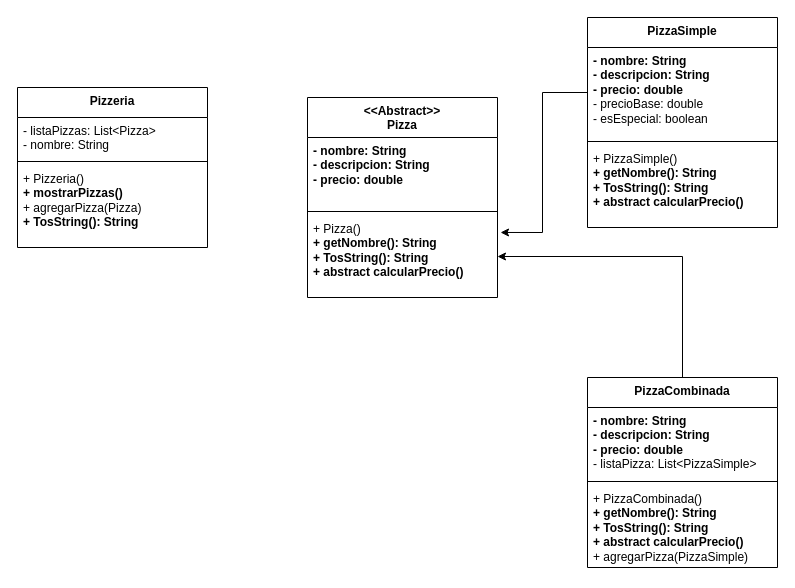
Before: src/diagramas/java-final.drawio in Digital-House-Repos/java-final, a draw.io diagram. Source tidied: cells renumbered, new cells numbered last; positions are measured from the earlier drawing's top-left corner, leaving out a move shared by most shapes. Both pictures are drawn from the tidied source at 100%, with x=0, y=0 at pixel (17, 17).
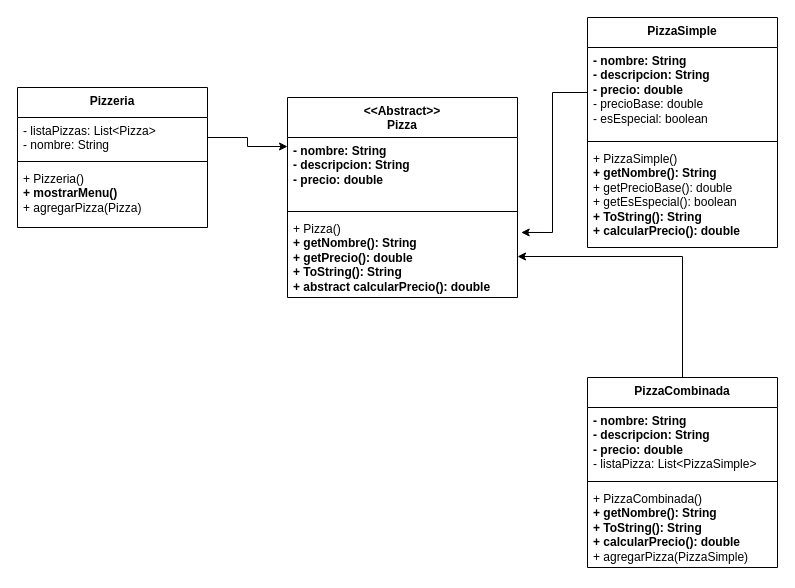
The same page after the edit.

Unchanged cells that the change refers to:
```xml
<mxCell id="10" value="PizzaCombinada" style="swimlane;fontStyle=1;align=center;verticalAlign=top;horizontal=1;startSize=30;whiteSpace=wrap;html=1;" parent="1" vertex="1">
  <mxGeometry x="570" y="360" width="190" height="190" as="geometry" />
</mxCell>
<mxCell id="17" value="- listaPizzas: List&amp;lt;Pizza&amp;gt;&lt;br&gt;- nombre: String" style="text;strokeColor=none;fillColor=none;align=left;verticalAlign=top;spacingLeft=4;spacingRight=4;overflow=hidden;points=[[0,0.5],[1,0.5]];portConstraint=eastwest;whiteSpace=wrap;html=1;" parent="16" vertex="1">
  <mxGeometry y="30" width="190" height="40" as="geometry" />
</mxCell>
```

The edit, as a diff of the source:
```diff
@@
     <mxCell id="2" value="&amp;lt;&amp;lt;Abstract&amp;gt;&amp;gt;&lt;br&gt;Pizza" style="swimlane;fontStyle=1;align=center;verticalAlign=top;horizontal=1;startSize=40;whiteSpace=wrap;html=1;" parent="1" vertex="1">
-      <mxGeometry x="290" y="80" width="190" height="200" as="geometry" />
+      <mxGeometry x="270" y="80" width="230" height="200" as="geometry" />
     </mxCell>
     <mxCell id="3" value="&lt;b&gt;- nombre: String&lt;br&gt;- descripcion: String&lt;br&gt;- precio: double&lt;/b&gt;" style="text;strokeColor=none;fillColor=none;align=left;verticalAlign=top;spacingLeft=4;spacingRight=4;overflow=hidden;points=[[0,0.5],[1,0.5]];portConstraint=eastwest;whiteSpace=wrap;html=1;" parent="2" vertex="1">
-      <mxGeometry y="40" width="190" height="70" as="geometry" />
+      <mxGeometry y="40" width="230" height="70" as="geometry" />
     </mxCell>
     <mxCell id="4" style="line;strokeWidth=1;fillColor=none;align=left;verticalAlign=middle;spacingTop=-1;spacingLeft=3;spacingRight=3;labelPosition=right;strokeColor=inherit;" parent="2" vertex="1">
-      <mxGeometry y="110" width="190" height="8" as="geometry" />
+      <mxGeometry y="110" width="230" height="8" as="geometry" />
     </mxCell>
-    <mxCell id="5" value="+ Pizza()&lt;br&gt;&lt;b&gt;+ getNombre(): String&lt;/b&gt;&lt;br&gt;&lt;b&gt;+ TosString(): String&lt;/b&gt;&lt;br&gt;&lt;b&gt;+ abstract calcularPrecio()&lt;/b&gt;" style="text;strokeColor=none;fillColor=none;align=left;verticalAlign=top;spacingLeft=4;spacingRight=4;overflow=hidden;points=[[0,0.5],[1,0.5]];portConstraint=eastwest;whiteSpace=wrap;html=1;" parent="2" vertex="1">
-      <mxGeometry y="118" width="190" height="82" as="geometry" />
+    <mxCell id="5" value="+ Pizza()&lt;br&gt;&lt;b&gt;+ getNombre(): String&lt;br&gt;+ getPrecio(): double&lt;/b&gt;&lt;br&gt;&lt;b&gt;+ ToString(): String&lt;/b&gt;&lt;br&gt;&lt;b&gt;+ abstract calcularPrecio(): double&lt;/b&gt;" style="text;strokeColor=none;fillColor=none;align=left;verticalAlign=top;spacingLeft=4;spacingRight=4;overflow=hidden;points=[[0,0.5],[1,0.5]];portConstraint=eastwest;whiteSpace=wrap;html=1;" parent="2" vertex="1">
+      <mxGeometry y="118" width="230" height="82" as="geometry" />
     </mxCell>
     <mxCell id="6" value="PizzaSimple" style="swimlane;fontStyle=1;align=center;verticalAlign=top;horizontal=1;startSize=30;whiteSpace=wrap;html=1;" parent="1" vertex="1">
-      <mxGeometry x="570" width="190" height="210" as="geometry" />
+      <mxGeometry x="570" width="190" height="230" as="geometry" />
     </mxCell>
@@
-    <mxCell id="9" value="+ PizzaSimple()&lt;br&gt;&lt;b&gt;+ getNombre(): String&lt;/b&gt;&lt;br&gt;&lt;b&gt;+ TosString(): String&lt;/b&gt;&lt;br&gt;&lt;b&gt;+ abstract calcularPrecio()&lt;/b&gt;" style="text;strokeColor=none;fillColor=none;align=left;verticalAlign=top;spacingLeft=4;spacingRight=4;overflow=hidden;whiteSpace=wrap;html=1;" parent="6" vertex="1">
-      <mxGeometry y="128" width="190" height="82" as="geometry" />
+    <mxCell id="9" value="+ PizzaSimple()&lt;br&gt;&lt;b&gt;+ getNombre(): String&lt;br&gt;&lt;/b&gt;+ getPrecioBase(): double&lt;br&gt;+ getEsEspecial(): boolean&lt;br&gt;&lt;b&gt;+ ToString(): String&lt;/b&gt;&lt;br&gt;&lt;b&gt;+ calcularPrecio(): double&lt;/b&gt;" style="text;strokeColor=none;fillColor=none;align=left;verticalAlign=top;spacingLeft=4;spacingRight=4;overflow=hidden;whiteSpace=wrap;html=1;" parent="6" vertex="1">
+      <mxGeometry y="128" width="190" height="102" as="geometry" />
     </mxCell>
@@
-    <mxCell id="13" value="+ PizzaCombinada()&lt;br&gt;&lt;b&gt;+ getNombre(): String&lt;/b&gt;&lt;br&gt;&lt;b&gt;+ TosString(): String&lt;/b&gt;&lt;br&gt;&lt;b&gt;+ abstract calcularPrecio()&lt;/b&gt;&lt;br&gt;+ agregarPizza(PizzaSimple)" style="text;strokeColor=none;fillColor=none;align=left;verticalAlign=top;spacingLeft=4;spacingRight=4;overflow=hidden;whiteSpace=wrap;html=1;" parent="10" vertex="1">
+    <mxCell id="13" value="+ PizzaCombinada()&lt;br&gt;&lt;b&gt;+ getNombre(): String&lt;/b&gt;&lt;br&gt;&lt;b&gt;+ ToString(): String&lt;/b&gt;&lt;br&gt;&lt;b&gt;+ calcularPrecio(): double&lt;/b&gt;&lt;br&gt;+ agregarPizza(PizzaSimple)" style="text;strokeColor=none;fillColor=none;align=left;verticalAlign=top;spacingLeft=4;spacingRight=4;overflow=hidden;whiteSpace=wrap;html=1;" parent="10" vertex="1">
       <mxGeometry y="108" width="190" height="82" as="geometry" />
     </mxCell>
@@
     <mxCell id="16" value="Pizzeria" style="swimlane;fontStyle=1;align=center;verticalAlign=top;horizontal=1;startSize=30;whiteSpace=wrap;html=1;" parent="1" vertex="1">
-      <mxGeometry y="70" width="190" height="160" as="geometry" />
+      <mxGeometry y="70" width="190" height="140" as="geometry" />
     </mxCell>
@@
-    <mxCell id="19" value="+ Pizzeria()&lt;br&gt;&lt;b&gt;+ mostrarPizzas()&lt;br&gt;&lt;/b&gt;+ agregarPizza(Pizza)&lt;br&gt;&lt;b&gt;+ TosString(): String&lt;/b&gt;" style="text;strokeColor=none;fillColor=none;align=left;verticalAlign=top;spacingLeft=4;spacingRight=4;overflow=hidden;whiteSpace=wrap;html=1;" parent="16" vertex="1">
-      <mxGeometry y="78" width="190" height="82" as="geometry" />
+    <mxCell id="19" value="+ Pizzeria()&lt;br&gt;&lt;b&gt;+ mostrarMenu()&lt;br&gt;&lt;/b&gt;+ agregarPizza(Pizza)" style="text;strokeColor=none;fillColor=none;align=left;verticalAlign=top;spacingLeft=4;spacingRight=4;overflow=hidden;whiteSpace=wrap;html=1;" parent="16" vertex="1">
+      <mxGeometry y="78" width="190" height="62" as="geometry" />
     </mxCell>
+    <mxCell id="20" style="edgeStyle=orthogonalEdgeStyle;rounded=0;jettySize=auto;html=1;entryX=0;entryY=0.129;entryDx=0;entryDy=0;entryPerimeter=0;" parent="1" edge="1" source="17" target="3">
+      <mxGeometry relative="1" as="geometry" />
+    </mxCell>
```
